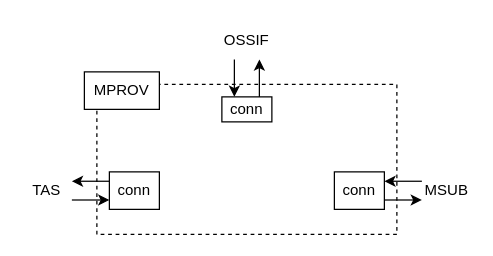
JaeHyeon774/NEWTIL keeps this draw.io diagram as MPROV.drawio. Above is the earlier version. Source tidied: cells renumbered, new cells numbered last; positions are measured from the earlier drawing's top-left corner, leaving out a move shared by most shapes. Both pictures are drawn from the tidied source at 125%, with x=0, y=0 at pixel (21, 21).
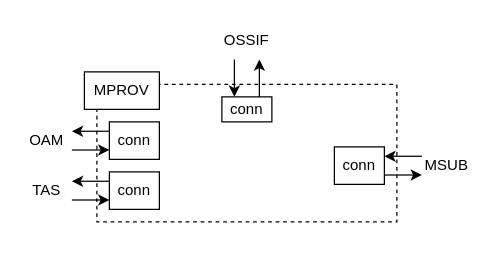
After the change.

What changed in the source:
```diff
@@
 <mxGraphModel>
   <root>
     <mxCell id="0" />
     <mxCell id="1" parent="0" />
     <mxCell id="2" style="rounded=0;whiteSpace=wrap;html=1;dashed=1;" parent="1" vertex="1">
-      <mxGeometry x="60" y="50" width="240" height="120" as="geometry" />
+      <mxGeometry x="60" y="50" width="240" height="110" as="geometry" />
     </mxCell>
     <mxCell id="3" style="edgeStyle=orthogonalEdgeStyle;rounded=0;jettySize=auto;html=1;exitX=1;exitY=0.75;exitDx=0;exitDy=0;entryX=0;entryY=0.75;entryDx=0;entryDy=0;" parent="1" edge="1" source="4" target="14">
       <mxGeometry relative="1" as="geometry" />
     </mxCell>
     <mxCell id="4" value="TAS" style="text;html=1;align=center;verticalAlign=middle;whiteSpace=wrap;rounded=0;" parent="1" vertex="1">
       <mxGeometry y="120" width="40" height="30" as="geometry" />
     </mxCell>
     <mxCell id="5" value="OSSIF" style="text;html=1;align=center;verticalAlign=middle;whiteSpace=wrap;rounded=0;" parent="1" vertex="1">
       <mxGeometry x="160" width="40" height="30" as="geometry" />
     </mxCell>
     <mxCell id="6" value="MSUB" style="text;html=1;align=center;verticalAlign=middle;whiteSpace=wrap;rounded=0;" parent="1" vertex="1">
-      <mxGeometry x="320" y="120" width="40" height="30" as="geometry" />
+      <mxGeometry x="320" y="100" width="40" height="30" as="geometry" />
     </mxCell>
     <mxCell id="7" style="edgeStyle=orthogonalEdgeStyle;rounded=0;jettySize=auto;html=1;exitX=1;exitY=0.75;exitDx=0;exitDy=0;entryX=0;entryY=0.75;entryDx=0;entryDy=0;" parent="1" edge="1" source="12" target="6">
       <mxGeometry relative="1" as="geometry" />
     </mxCell>
     <mxCell id="8" style="edgeStyle=orthogonalEdgeStyle;rounded=0;jettySize=auto;html=1;exitX=0;exitY=0.25;exitDx=0;exitDy=0;entryX=1;entryY=0.25;entryDx=0;entryDy=0;" parent="1" edge="1" source="14" target="4">
       <mxGeometry relative="1" as="geometry" />
     </mxCell>
     <mxCell id="9" style="edgeStyle=orthogonalEdgeStyle;rounded=0;jettySize=auto;html=1;exitX=0.25;exitY=1;exitDx=0;exitDy=0;entryX=0.25;entryY=0;entryDx=0;entryDy=0;" parent="1" edge="1" source="5" target="13">
       <mxGeometry relative="1" as="geometry" />
     </mxCell>
     <mxCell id="10" style="edgeStyle=orthogonalEdgeStyle;rounded=0;jettySize=auto;html=1;exitX=0.75;exitY=0;exitDx=0;exitDy=0;entryX=0.75;entryY=1;entryDx=0;entryDy=0;" parent="1" edge="1" source="13" target="5">
       <mxGeometry relative="1" as="geometry" />
     </mxCell>
     <mxCell id="11" style="edgeStyle=orthogonalEdgeStyle;rounded=0;jettySize=auto;html=1;exitX=0;exitY=0.25;exitDx=0;exitDy=0;entryX=1;entryY=0.25;entryDx=0;entryDy=0;" parent="1" edge="1" source="6" target="12">
       <mxGeometry relative="1" as="geometry" />
     </mxCell>
     <mxCell id="12" value="conn" style="rounded=0;whiteSpace=wrap;html=1;" parent="1" vertex="1">
-      <mxGeometry x="250" y="120" width="40" height="30" as="geometry" />
+      <mxGeometry x="250" y="100" width="40" height="30" as="geometry" />
     </mxCell>
     <mxCell id="13" value="conn" style="rounded=0;whiteSpace=wrap;html=1;" parent="1" vertex="1">
       <mxGeometry x="160" y="60" width="40" height="20" as="geometry" />
     </mxCell>
     <mxCell id="14" value="conn" style="rounded=0;whiteSpace=wrap;html=1;" parent="1" vertex="1">
       <mxGeometry x="70" y="120" width="40" height="30" as="geometry" />
     </mxCell>
     <mxCell id="15" value="MPROV" style="rounded=0;whiteSpace=wrap;html=1;" parent="1" vertex="1">
       <mxGeometry x="50" y="40" width="60" height="30" as="geometry" />
     </mxCell>
+    <mxCell id="16" style="edgeStyle=orthogonalEdgeStyle;rounded=0;jettySize=auto;html=1;exitX=1;exitY=0.75;exitDx=0;exitDy=0;entryX=0;entryY=0.75;entryDx=0;entryDy=0;" parent="1" edge="1" source="17" target="19">
+      <mxGeometry relative="1" as="geometry" />
+    </mxCell>
+    <mxCell id="17" value="OAM" style="text;html=1;align=center;verticalAlign=middle;whiteSpace=wrap;rounded=0;" parent="1" vertex="1">
+      <mxGeometry y="80" width="40" height="30" as="geometry" />
+    </mxCell>
+    <mxCell id="18" style="edgeStyle=orthogonalEdgeStyle;rounded=0;jettySize=auto;html=1;exitX=0;exitY=0.25;exitDx=0;exitDy=0;entryX=1;entryY=0.25;entryDx=0;entryDy=0;" parent="1" edge="1" source="19" target="17">
+      <mxGeometry relative="1" as="geometry" />
+    </mxCell>
+    <mxCell id="19" value="conn" style="rounded=0;whiteSpace=wrap;html=1;" parent="1" vertex="1">
+      <mxGeometry x="70" y="80" width="40" height="30" as="geometry" />
+    </mxCell>
   </root>
 </mxGraphModel>
```
